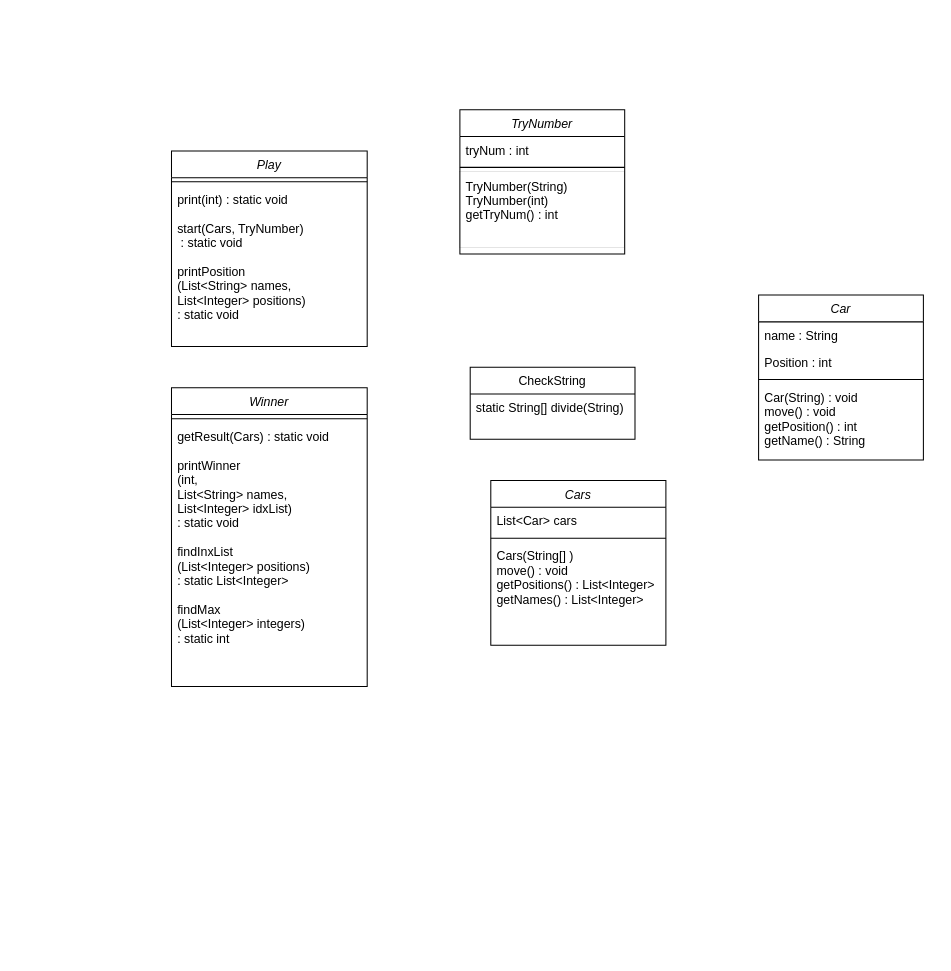
Before: 제목 없는 다이어그램.drawio in SunghoCha/java-racingcar-playground, a draw.io diagram. Source tidied: cells renumbered, new cells numbered last; positions are measured from the earlier drawing's top-left corner, leaving out a move shared by most shapes. Both pictures are drawn from the tidied source at 103%, with x=0, y=0 at pixel (171, 109).
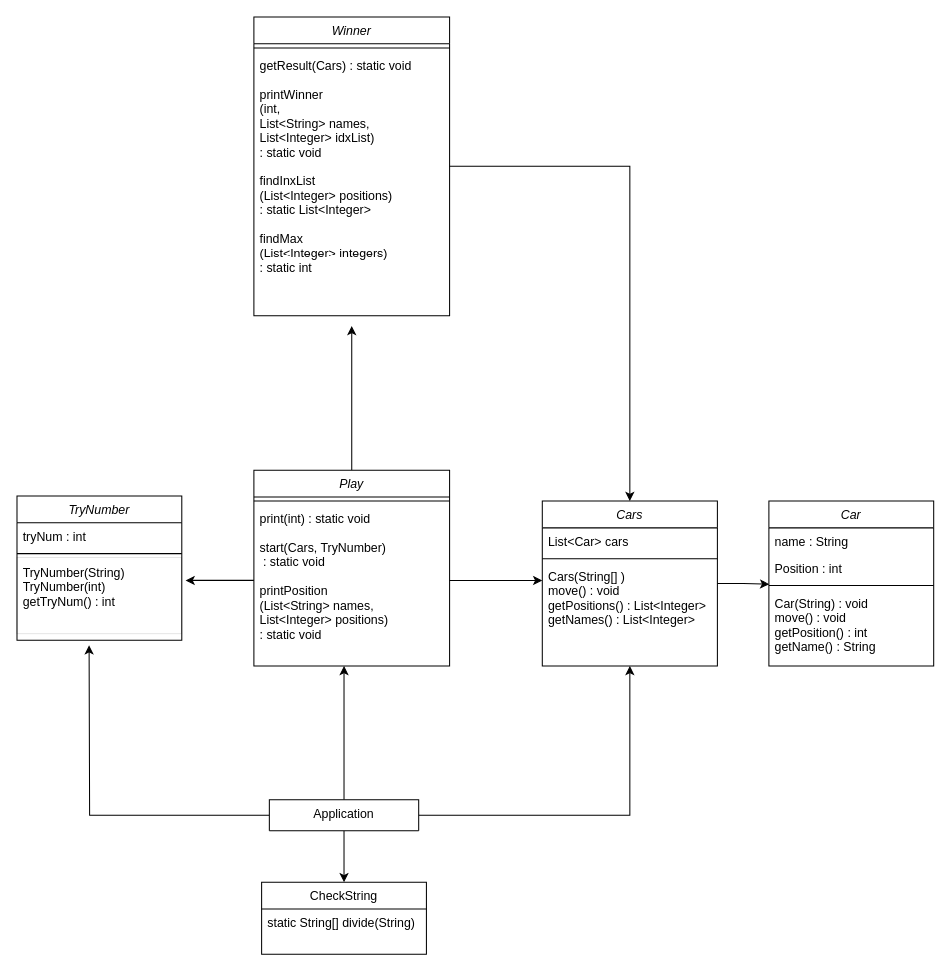
After the change.

The change refers to these unchanged cells:
```xml
<mxCell id="4" value="Position : int" style="text;align=left;verticalAlign=top;spacingLeft=4;spacingRight=4;overflow=hidden;points=[[0,0.5],[1,0.5]];portConstraint=eastwest;rounded=0;shadow=0;html=0;" parent="2" vertex="1">
  <mxGeometry y="52" width="160" height="26" as="geometry" />
</mxCell>
<mxCell id="12" value="Cars(String[] )&#10;move() : void&#10;getPositions() : List&lt;Integer&gt;&#10;getNames() : List&lt;Integer&gt;" style="text;align=left;verticalAlign=top;spacingLeft=4;spacingRight=4;overflow=hidden;points=[[0,0.5],[1,0.5]];portConstraint=eastwest;" parent="9" vertex="1">
  <mxGeometry y="60" width="170" height="74" as="geometry" />
</mxCell>
<mxCell id="16" value="TryNumber(String)&#10;TryNumber(int)&#10;getTryNum() : int" style="text;align=left;verticalAlign=top;spacingLeft=4;spacingRight=4;overflow=hidden;points=[[0,0.5],[1,0.5]];portConstraint=eastwest;spacingTop=1;strokeWidth=0;strokeColor=default;flipH=1;flipV=1;" parent="13" vertex="1">
  <mxGeometry y="60" width="160" height="74" as="geometry" />
</mxCell>
<mxCell id="19" value="print(int) : static void&#10;&#10;start(Cars, TryNumber)&#10; : static void&#10;&#10;printPosition&#10;(List&lt;String&gt; names,&#10;List&lt;Integer&gt; positions)&#10;: static void&#10;" style="text;align=left;verticalAlign=top;spacingLeft=4;spacingRight=4;overflow=hidden;points=[[0,0.5],[1,0.5]];portConstraint=eastwest;fontSize=12;" parent="17" vertex="1">
  <mxGeometry y="34" width="190" height="146" as="geometry" />
</mxCell>
```

What changed in the source:
```diff
@@
     <mxCell id="2" value="Car" style="swimlane;fontStyle=2;align=center;verticalAlign=top;horizontal=1;startSize=26;rounded=0;shadow=0;strokeWidth=1;" parent="1" vertex="1">
-      <mxGeometry x="570" y="180" width="160" height="160" as="geometry" />
+      <mxGeometry x="580" y="380" width="160" height="160" as="geometry" />
     </mxCell>
@@
     <mxCell id="7" value="CheckString" style="swimlane;fontStyle=0;align=center;verticalAlign=top;horizontal=1;startSize=26;rounded=0;shadow=0;strokeWidth=1;" parent="1" vertex="1">
-      <mxGeometry x="290" y="250" width="160" height="70" as="geometry" />
+      <mxGeometry x="87.5" y="750" width="160" height="70" as="geometry" />
     </mxCell>
@@
+    <mxCell id="23" style="edgeStyle=orthogonalEdgeStyle;rounded=0;jettySize=auto;html=1;entryX=0.002;entryY=1.103;entryDx=0;entryDy=0;entryPerimeter=0;" parent="1" edge="1" source="9" target="4">
+      <mxGeometry relative="1" as="geometry" />
+    </mxCell>
     <mxCell id="9" value="Cars" style="swimlane;fontStyle=2;align=center;verticalAlign=top;horizontal=1;startSize=26;rounded=0;shadow=0;strokeWidth=1;" parent="1" vertex="1">
-      <mxGeometry x="310" y="360" width="170" height="160" as="geometry" />
+      <mxGeometry x="360" y="380" width="170" height="160" as="geometry" />
     </mxCell>
@@
     <mxCell id="13" value="TryNumber" style="swimlane;fontStyle=2;align=center;verticalAlign=top;horizontal=1;startSize=26;rounded=0;shadow=0;strokeWidth=1;spacingTop=0;" parent="1" vertex="1">
-      <mxGeometry x="280" width="160" height="140" as="geometry" />
+      <mxGeometry x="-150" y="375" width="160" height="140" as="geometry" />
     </mxCell>
@@
+    <mxCell id="24" style="edgeStyle=orthogonalEdgeStyle;rounded=0;jettySize=auto;html=1;" parent="1" edge="1" source="17">
+      <mxGeometry relative="1" as="geometry">
+        <mxPoint x="175" y="210" as="targetPoint" />
+      </mxGeometry>
+    </mxCell>
     <mxCell id="17" value="Play" style="swimlane;fontStyle=2;align=center;verticalAlign=top;horizontal=1;startSize=26;rounded=0;shadow=0;strokeWidth=1;" parent="1" vertex="1">
-      <mxGeometry y="40" width="190" height="190" as="geometry" />
+      <mxGeometry x="80" y="350" width="190" height="190" as="geometry" />
     </mxCell>
@@
+    <mxCell id="25" style="edgeStyle=orthogonalEdgeStyle;rounded=0;jettySize=auto;html=1;entryX=0.5;entryY=0;entryDx=0;entryDy=0;" parent="1" edge="1" source="20" target="9">
+      <mxGeometry relative="1" as="geometry" />
+    </mxCell>
     <mxCell id="20" value="Winner" style="swimlane;fontStyle=2;align=center;verticalAlign=top;horizontal=1;startSize=26;rounded=0;shadow=0;strokeWidth=1;" parent="1" vertex="1">
-      <mxGeometry y="270" width="190" height="290" as="geometry" />
+      <mxGeometry x="80" y="-90" width="190" height="290" as="geometry" />
     </mxCell>
@@
+    <mxCell id="26" style="edgeStyle=orthogonalEdgeStyle;rounded=0;jettySize=auto;html=1;entryX=0;entryY=0.23;entryDx=0;entryDy=0;entryPerimeter=0;" parent="1" edge="1" source="19" target="12">
+      <mxGeometry relative="1" as="geometry" />
+    </mxCell>
+    <mxCell id="27" style="edgeStyle=orthogonalEdgeStyle;rounded=0;jettySize=auto;html=1;entryX=-0.023;entryY=0.703;entryDx=0;entryDy=0;entryPerimeter=0;" parent="1" edge="1" source="19" target="16">
+      <mxGeometry relative="1" as="geometry" />
+    </mxCell>
+    <mxCell id="28" style="edgeStyle=orthogonalEdgeStyle;rounded=0;jettySize=auto;html=1;entryX=0.5;entryY=1;entryDx=0;entryDy=0;" parent="1" edge="1" source="32" target="9">
+      <mxGeometry relative="1" as="geometry" />
+    </mxCell>
+    <mxCell id="29" style="edgeStyle=orthogonalEdgeStyle;rounded=0;jettySize=auto;html=1;entryX=0.5;entryY=0;entryDx=0;entryDy=0;" parent="1" edge="1" source="32" target="7">
+      <mxGeometry relative="1" as="geometry" />
+    </mxCell>
+    <mxCell id="30" style="edgeStyle=orthogonalEdgeStyle;rounded=0;jettySize=auto;html=1;" parent="1" edge="1" source="32">
+      <mxGeometry relative="1" as="geometry">
+        <mxPoint x="-80" y="520" as="targetPoint" />
+      </mxGeometry>
+    </mxCell>
+    <mxCell id="31" style="edgeStyle=orthogonalEdgeStyle;rounded=0;jettySize=auto;html=1;" parent="1" edge="1" source="32">
+      <mxGeometry relative="1" as="geometry">
+        <mxPoint x="167.5" y="540" as="targetPoint" />
+      </mxGeometry>
+    </mxCell>
+    <mxCell id="32" value="Application" style="swimlane;fontStyle=0;align=center;verticalAlign=top;horizontal=1;startSize=70;rounded=0;shadow=0;strokeWidth=1;" parent="1" vertex="1">
+      <mxGeometry x="95" y="670" width="145" height="30" as="geometry" />
+    </mxCell>
```
